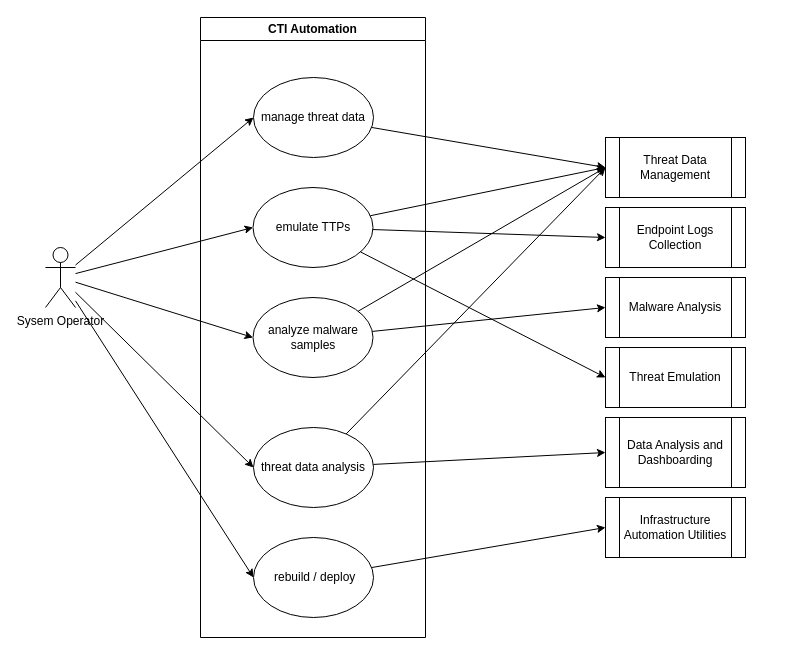
The draw.io diagram page "Page-2" (2 of 3) of docs/arch.drawio in 3697503/CTI-Automation-Platform, before the edit. Source tidied: cells renumbered, new cells numbered last; positions are measured from the earlier drawing's top-left corner, leaving out a move shared by most shapes. Both pictures are drawn from the tidied source at 100%, with x=0, y=0 at pixel (45, 17).
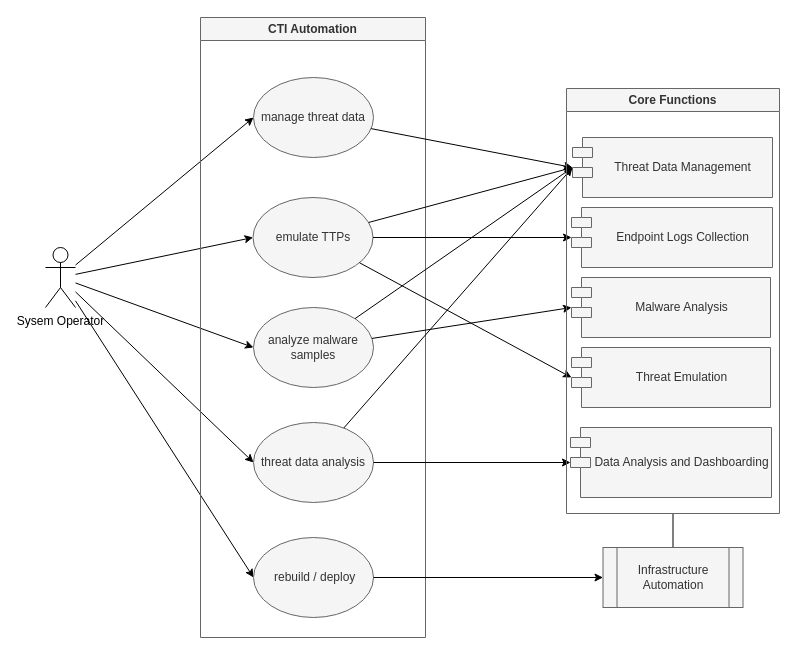
Above is the later version.

Change to the diagram source:
```diff
@@
-    <mxCell id="8" value="CTI Automation" style="swimlane;whiteSpace=wrap;html=1;" parent="1" vertex="1">
+    <mxCell id="8" value="CTI Automation" style="swimlane;whiteSpace=wrap;html=1;fillColor=#f5f5f5;strokeColor=#666666;fontColor=#333333;" parent="1" vertex="1">
       <mxGeometry x="155" width="225" height="620" as="geometry" />
     </mxCell>
-    <mxCell id="9" value="manage threat data" style="ellipse;whiteSpace=wrap;html=1;" parent="8" vertex="1">
+    <mxCell id="9" value="manage threat data" style="ellipse;whiteSpace=wrap;html=1;fillColor=#f5f5f5;strokeColor=#666666;fontColor=#333333;" parent="8" vertex="1">
       <mxGeometry x="53" y="60" width="120" height="80" as="geometry" />
     </mxCell>
-    <mxCell id="10" value="analyze malware samples" style="ellipse;whiteSpace=wrap;html=1;" parent="8" vertex="1">
-      <mxGeometry x="52.5" y="280" width="120" height="80" as="geometry" />
+    <mxCell id="10" value="analyze malware samples" style="ellipse;whiteSpace=wrap;html=1;fillColor=#f5f5f5;fontColor=#333333;strokeColor=#666666;" parent="8" vertex="1">
+      <mxGeometry x="53" y="290" width="120" height="80" as="geometry" />
     </mxCell>
-    <mxCell id="11" value="emulate TTPs" style="ellipse;whiteSpace=wrap;html=1;" parent="8" vertex="1">
-      <mxGeometry x="52.5" y="170" width="120" height="80" as="geometry" />
+    <mxCell id="11" value="emulate TTPs" style="ellipse;whiteSpace=wrap;html=1;fillColor=#f5f5f5;fontColor=#333333;strokeColor=#666666;" parent="8" vertex="1">
+      <mxGeometry x="52.5" y="180" width="120" height="80" as="geometry" />
     </mxCell>
-    <mxCell id="12" value="threat data analysis" style="ellipse;whiteSpace=wrap;html=1;" parent="8" vertex="1">
-      <mxGeometry x="53" y="410" width="120" height="80" as="geometry" />
+    <mxCell id="12" value="threat data analysis" style="ellipse;whiteSpace=wrap;html=1;fillColor=#f5f5f5;fontColor=#333333;strokeColor=#666666;" parent="8" vertex="1">
+      <mxGeometry x="53" y="405" width="120" height="80" as="geometry" />
     </mxCell>
-    <mxCell id="13" value="&amp;nbsp;rebuild / deploy" style="ellipse;whiteSpace=wrap;html=1;" parent="8" vertex="1">
+    <mxCell id="13" value="&amp;nbsp;rebuild / deploy" style="ellipse;whiteSpace=wrap;html=1;fillColor=#f5f5f5;fontColor=#333333;strokeColor=#666666;" parent="8" vertex="1">
       <mxGeometry x="53" y="520" width="120" height="80" as="geometry" />
     </mxCell>
-    <mxCell id="14" value="Threat Data Management" style="shape=process;whiteSpace=wrap;html=1;backgroundOutline=1;" parent="1" vertex="1">
-      <mxGeometry x="560" y="120" width="140" height="60" as="geometry" />
+    <mxCell id="14" value="Threat Data Management" style="shape=module;align=center;spacingLeft=20;align=center;verticalAlign=middle;fontFamily=Helvetica;fontSize=12;strokeColor=#666666;fillColor=#f5f5f5;html=1;fontColor=#333333;" parent="1" vertex="1">
+      <mxGeometry x="527" y="120" width="200" height="60" as="geometry" />
     </mxCell>
-    <mxCell id="15" value="Endpoint Logs Collection" style="shape=process;whiteSpace=wrap;html=1;backgroundOutline=1;" parent="1" vertex="1">
-      <mxGeometry x="560" y="190" width="140" height="60" as="geometry" />
+    <mxCell id="15" value="Endpoint Logs Collection" style="shape=module;align=center;spacingLeft=20;align=center;verticalAlign=middle;fontFamily=Helvetica;fontSize=12;strokeColor=#666666;fillColor=#f5f5f5;html=1;fontColor=#333333;" parent="1" vertex="1">
+      <mxGeometry x="526" y="190" width="201" height="60" as="geometry" />
     </mxCell>
-    <mxCell id="16" value="Malware Analysis" style="shape=process;whiteSpace=wrap;html=1;backgroundOutline=1;" parent="1" vertex="1">
-      <mxGeometry x="560" y="260" width="140" height="60" as="geometry" />
+    <mxCell id="16" value="Malware Analysis" style="shape=module;align=center;spacingLeft=20;align=center;verticalAlign=middle;fontFamily=Helvetica;fontSize=12;strokeColor=#666666;fillColor=#f5f5f5;html=1;fontColor=#333333;" parent="1" vertex="1">
+      <mxGeometry x="526" y="260" width="199" height="60" as="geometry" />
     </mxCell>
-    <mxCell id="17" value="Threat Emulation" style="shape=process;whiteSpace=wrap;html=1;backgroundOutline=1;" parent="1" vertex="1">
-      <mxGeometry x="560" y="330" width="140" height="60" as="geometry" />
+    <mxCell id="17" value="Threat Emulation" style="shape=module;align=center;spacingLeft=20;align=center;verticalAlign=middle;fontFamily=Helvetica;fontSize=12;strokeColor=#666666;fillColor=#f5f5f5;html=1;fontColor=#333333;" parent="1" vertex="1">
+      <mxGeometry x="526" y="330" width="199" height="60" as="geometry" />
     </mxCell>
-    <mxCell id="18" value="Data Analysis and Dashboarding" style="shape=process;whiteSpace=wrap;html=1;backgroundOutline=1;" parent="1" vertex="1">
-      <mxGeometry x="560" y="400" width="140" height="70" as="geometry" />
-    </mxCell>
+    <mxCell id="29" style="edgeStyle=none;html=1;entryX=0.5;entryY=1;entryDx=0;entryDy=0;endArrow=none;endFill=0;" parent="1" edge="1" source="19" target="30">
+      <mxGeometry relative="1" as="geometry" />
+    </mxCell>
-    <mxCell id="19" value="Infrastructure Automation Utilities" style="shape=process;whiteSpace=wrap;html=1;backgroundOutline=1;" parent="1" vertex="1">
-      <mxGeometry x="560" y="480" width="140" height="60" as="geometry" />
+    <mxCell id="19" value="Infrastructure Automation" style="shape=process;whiteSpace=wrap;html=1;backgroundOutline=1;fillColor=#f5f5f5;fontColor=#333333;strokeColor=#666666;" parent="1" vertex="1">
+      <mxGeometry x="557.5" y="530" width="140" height="60" as="geometry" />
     </mxCell>
@@
+    <mxCell id="30" value="Core Functions" style="swimlane;whiteSpace=wrap;html=1;fillColor=#f5f5f5;strokeColor=#666666;fontColor=#333333;" parent="1" vertex="1">
+      <mxGeometry x="521" y="71" width="213" height="425" as="geometry" />
+    </mxCell>
+    <mxCell id="18" value="Data Analysis and Dashboarding" style="shape=module;align=center;spacingLeft=20;align=center;verticalAlign=middle;fontFamily=Helvetica;fontSize=12;strokeColor=#666666;fillColor=#f5f5f5;html=1;fontColor=#333333;" parent="30" vertex="1">
+      <mxGeometry x="4" y="339" width="201" height="70" as="geometry" />
+    </mxCell>
```
